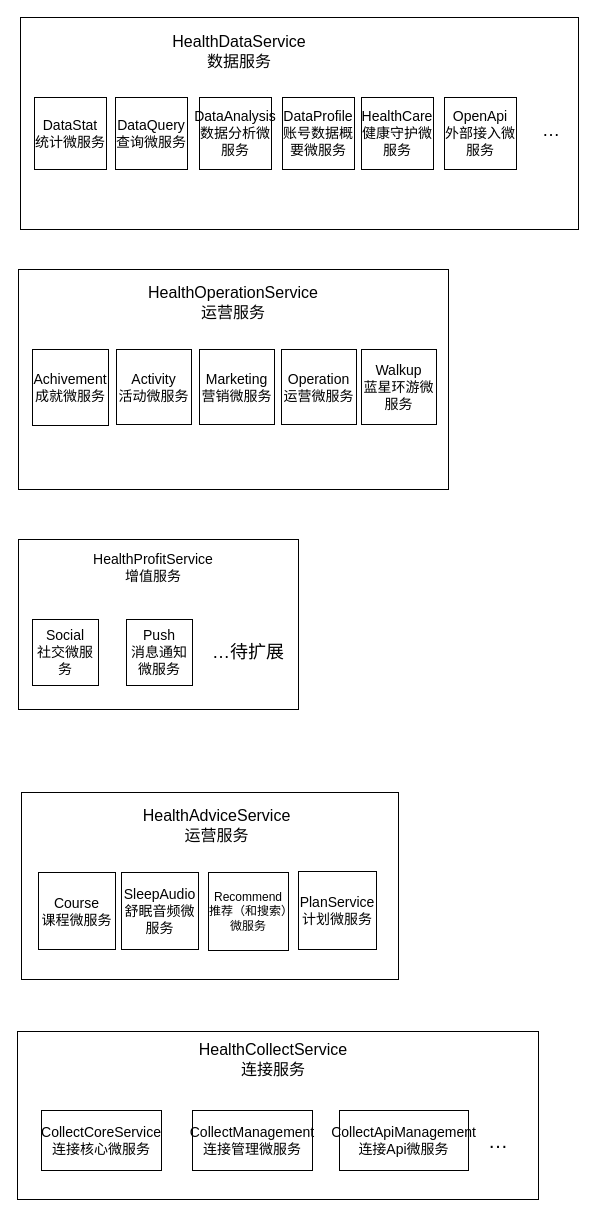
Above: 运动健康云1层架构.drawio in HuaHero/interview (draw.io), before the change. Source tidied: cells renumbered, new cells numbered last; positions are measured from the earlier drawing's top-left corner, leaving out a move shared by most shapes. Both pictures are drawn from the tidied source at 100%, with x=0, y=0 at pixel (17, 17).
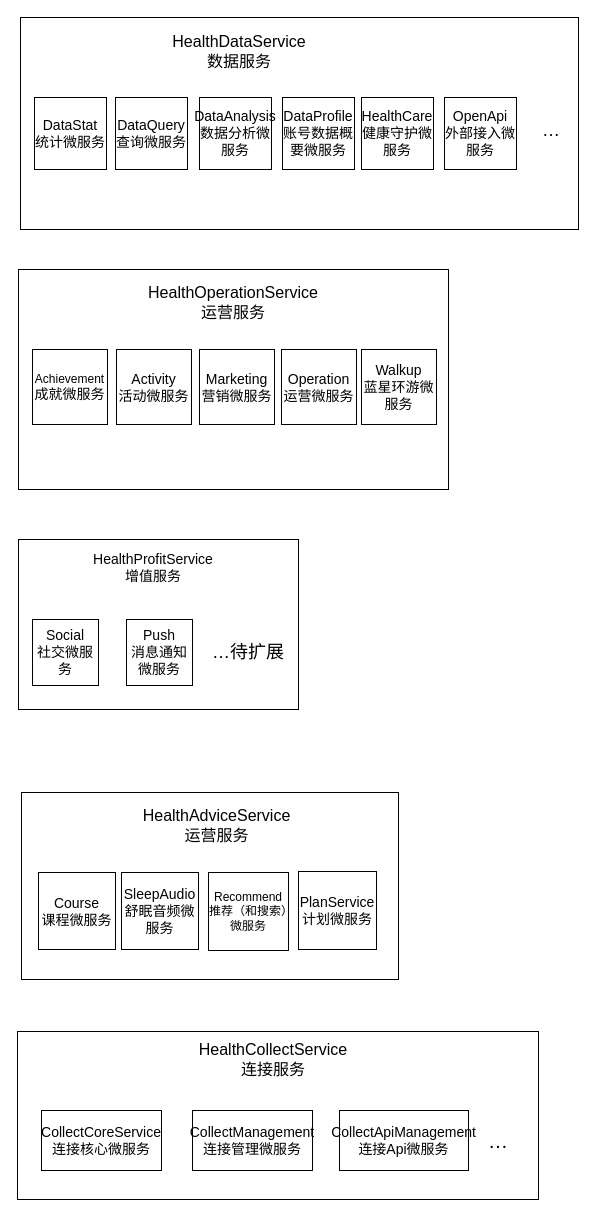
The same page after the edit.

Commit message:
更新运动健康云1层架构.drawio

Change to the diagram source:
```diff
@@
-    <mxCell id="5" value="Achivement&lt;br style=&quot;font-size: 14px;&quot;&gt;成就微服务&lt;br style=&quot;font-size: 14px;&quot;&gt;" style="whiteSpace=wrap;html=1;fontSize=14;" parent="1" vertex="1">
-      <mxGeometry x="15" y="332" width="76" height="76" as="geometry" />
-    </mxCell>
@@
+    <mxCell id="35" value="Achievement&lt;br style=&quot;border-color: var(--border-color); font-size: 14px;&quot;&gt;&lt;span style=&quot;font-size: 14px;&quot;&gt;成就微服务&lt;/span&gt;" style="rounded=0;whiteSpace=wrap;html=1;" parent="1" vertex="1">
+      <mxGeometry x="15" y="332" width="75" height="75" as="geometry" />
+    </mxCell>
```
